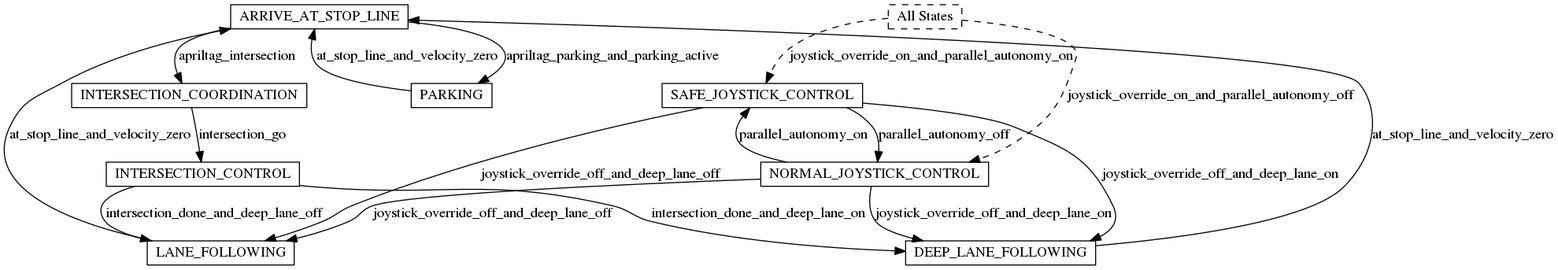
Before: catkin_ws/src/00-infrastructure/ros_diagram/fsm_default.png, a diagram exported from Graphviz (spadma3/duck). Its source is kept beside it as catkin_ws/src/00-infrastructure/ros_diagram/fsm_default.dot.
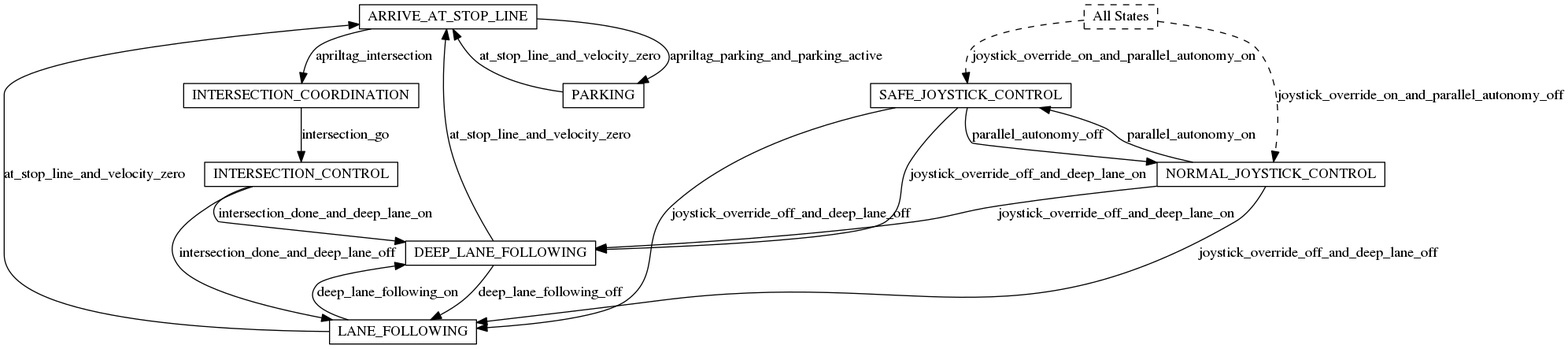
Later version of the same file.

Commit message:
Added transition between normal LANE_FOLLOWING and DEEP_LANE_FOLLOWING

Diff of the diagram source:
```diff
@@ -14,6 +14,7 @@
 	INTERSECTION_CONTROL -> LANE_FOLLOWING [label=intersection_done_and_deep_lane_off color=black fontcolor=black]
 	INTERSECTION_COORDINATION -> INTERSECTION_CONTROL [label=intersection_go color=black fontcolor=black]
 	DEEP_LANE_FOLLOWING -> ARRIVE_AT_STOP_LINE [label=at_stop_line_and_velocity_zero color=black fontcolor=black]
+	DEEP_LANE_FOLLOWING -> LANE_FOLLOWING [label=deep_lane_following_off color=black fontcolor=black]
 	PARKING -> ARRIVE_AT_STOP_LINE [label=at_stop_line_and_velocity_zero color=black fontcolor=black]
 	SAFE_JOYSTICK_CONTROL -> DEEP_LANE_FOLLOWING [label=joystick_override_off_and_deep_lane_on color=black fontcolor=black]
 	SAFE_JOYSTICK_CONTROL -> NORMAL_JOYSTICK_CONTROL [label=parallel_autonomy_off color=black fontcolor=black]
@@ -22,6 +23,7 @@
 	NORMAL_JOYSTICK_CONTROL -> LANE_FOLLOWING [label=joystick_override_off_and_deep_lane_off color=black fontcolor=black]
 	NORMAL_JOYSTICK_CONTROL -> SAFE_JOYSTICK_CONTROL [label=parallel_autonomy_on color=black fontcolor=black]
 	LANE_FOLLOWING -> ARRIVE_AT_STOP_LINE [label=at_stop_line_and_velocity_zero color=black fontcolor=black]
+	LANE_FOLLOWING -> DEEP_LANE_FOLLOWING [label=deep_lane_following_on color=black fontcolor=black]
 	ALL_STATES [label="All States" style=dashed]
 	ALL_STATES -> NORMAL_JOYSTICK_CONTROL [label=joystick_override_on_and_parallel_autonomy_off concentrate=false style=dashed]
 	ALL_STATES -> SAFE_JOYSTICK_CONTROL [label=joystick_override_on_and_parallel_autonomy_on concentrate=false style=dashed]
```
